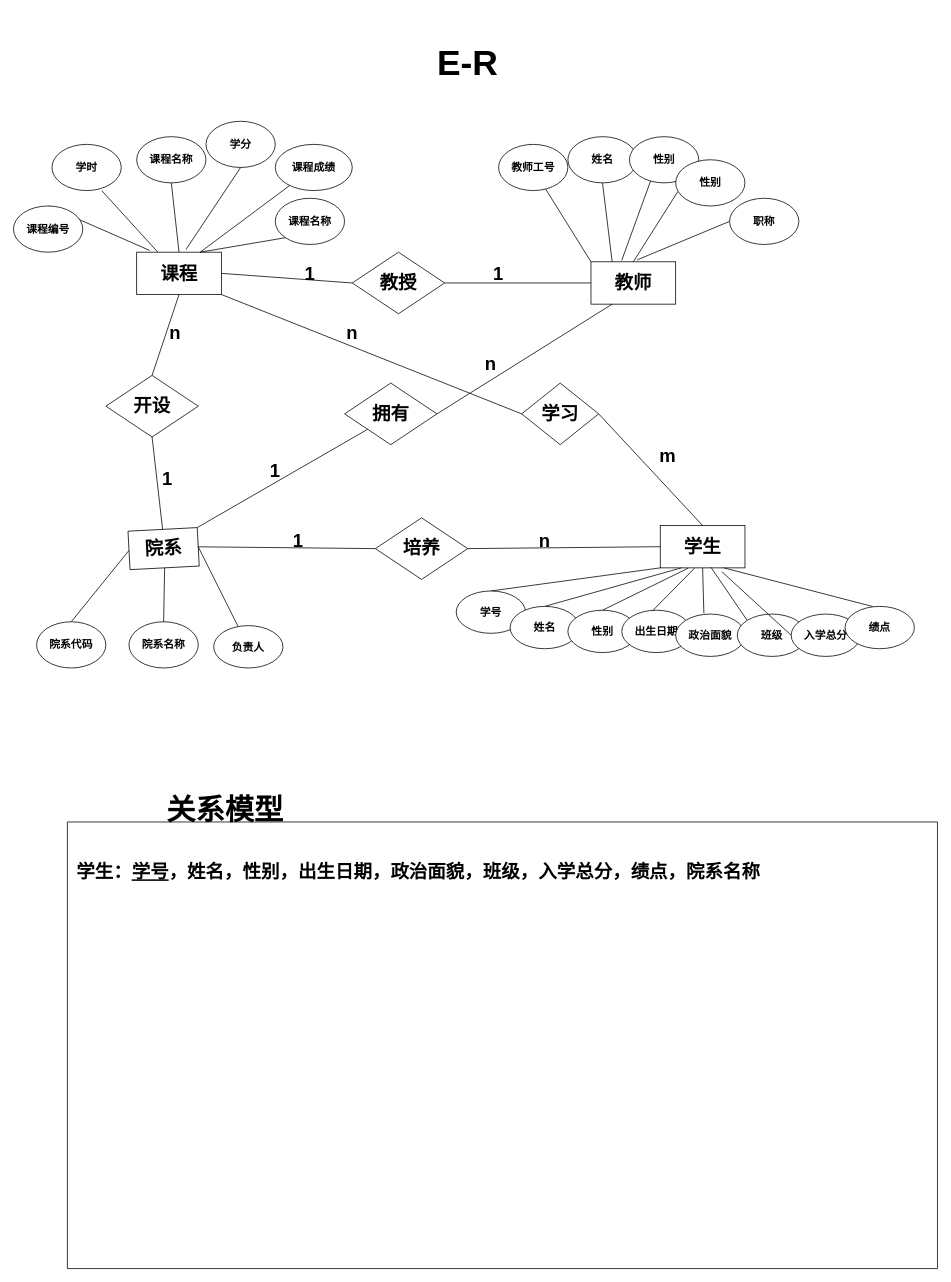
Before: 未命名绘图.drawio in MuMu0222/first-meet-c-, a draw.io diagram. Source tidied: cells renumbered, new cells numbered last; positions are measured from the earlier drawing's top-left corner, leaving out a move shared by most shapes. Both pictures are drawn from the tidied source at 77%, with x=0, y=0 at pixel (13, 13).
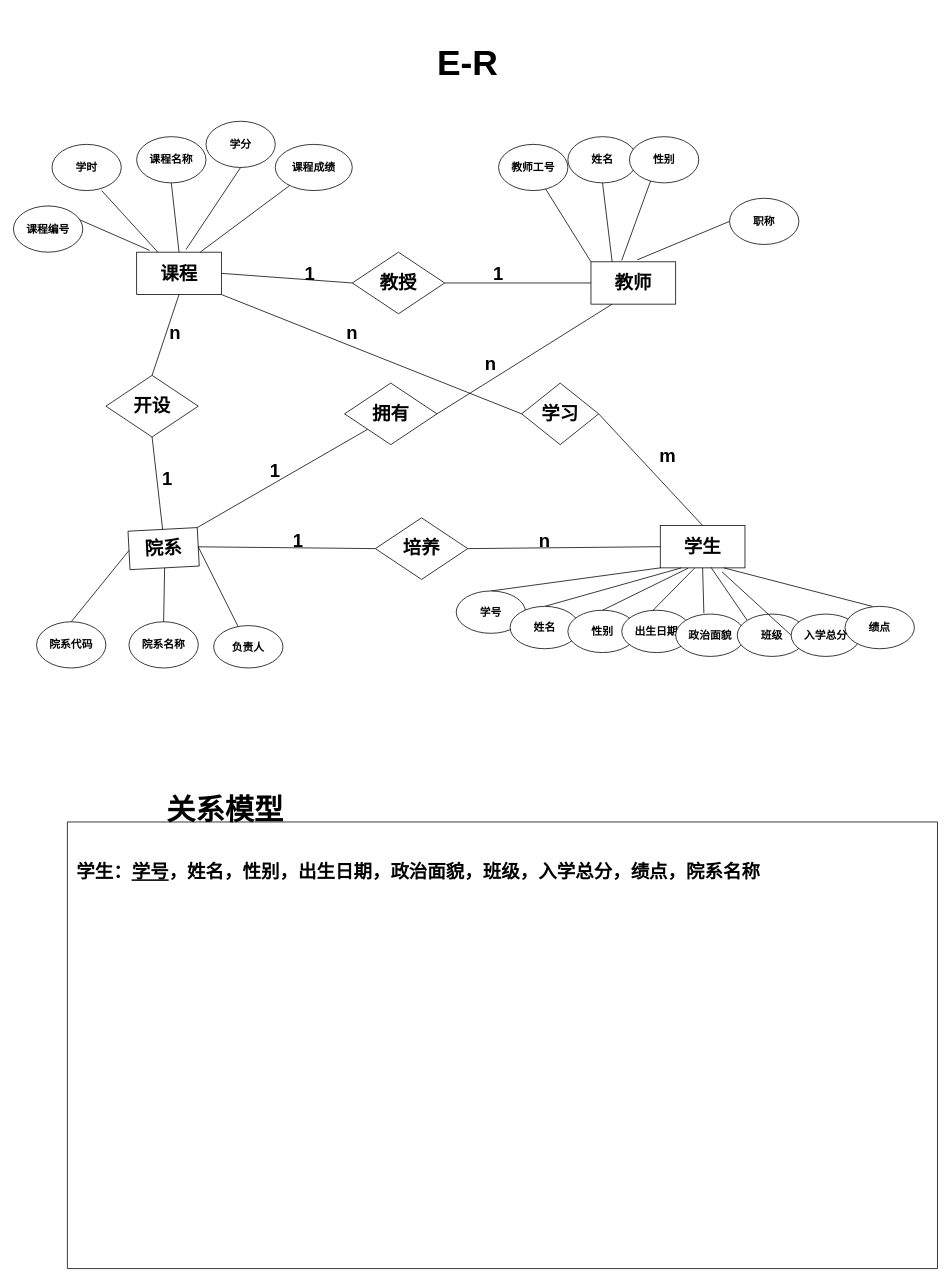
Above is the later version.

Commit message (it also covers changes not shown here):
更新未命名绘图.drawio

Unchanged cells that the change refers to:
```xml
<mxCell id="31" value="&lt;h1&gt;课程&lt;/h1&gt;" style="whiteSpace=wrap;html=1;rounded=0;" parent="1" vertex="1">
  <mxGeometry x="160" y="310" width="110" height="55" as="geometry" />
</mxCell>
<mxCell id="46" value="&lt;h1&gt;教师&lt;/h1&gt;" style="whiteSpace=wrap;html=1;rounded=0;" parent="1" vertex="1">
  <mxGeometry x="750" y="322.5" width="110" height="55" as="geometry" />
</mxCell>
```

What changed in the source:
```diff
@@
-    <mxCell id="41" value="&lt;h3&gt;课程名称&lt;/h3&gt;" style="ellipse;whiteSpace=wrap;html=1;" parent="1" vertex="1">
-      <mxGeometry x="340" y="240" width="90" height="60" as="geometry" />
-    </mxCell>
-    <mxCell id="42" style="endArrow=none;html=1;rounded=0;exitX=0.75;exitY=0;exitDx=0;exitDy=0;entryX=0;entryY=1;entryDx=0;entryDy=0;" parent="1" edge="1" source="31" target="41">
-      <mxGeometry relative="1" as="geometry" />
-    </mxCell>
@@
-    <mxCell id="53" style="endArrow=none;html=1;rounded=0;exitX=0.5;exitY=0;exitDx=0;exitDy=0;entryX=0.031;entryY=0.688;entryDx=0;entryDy=0;entryPerimeter=0;" parent="1" edge="1" source="46" target="54">
-      <mxGeometry relative="1" as="geometry" />
-    </mxCell>
-    <mxCell id="54" value="&lt;h3&gt;性别&lt;/h3&gt;" style="ellipse;whiteSpace=wrap;html=1;" parent="1" vertex="1">
-      <mxGeometry x="860" y="190" width="90" height="60" as="geometry" />
-    </mxCell>
```
